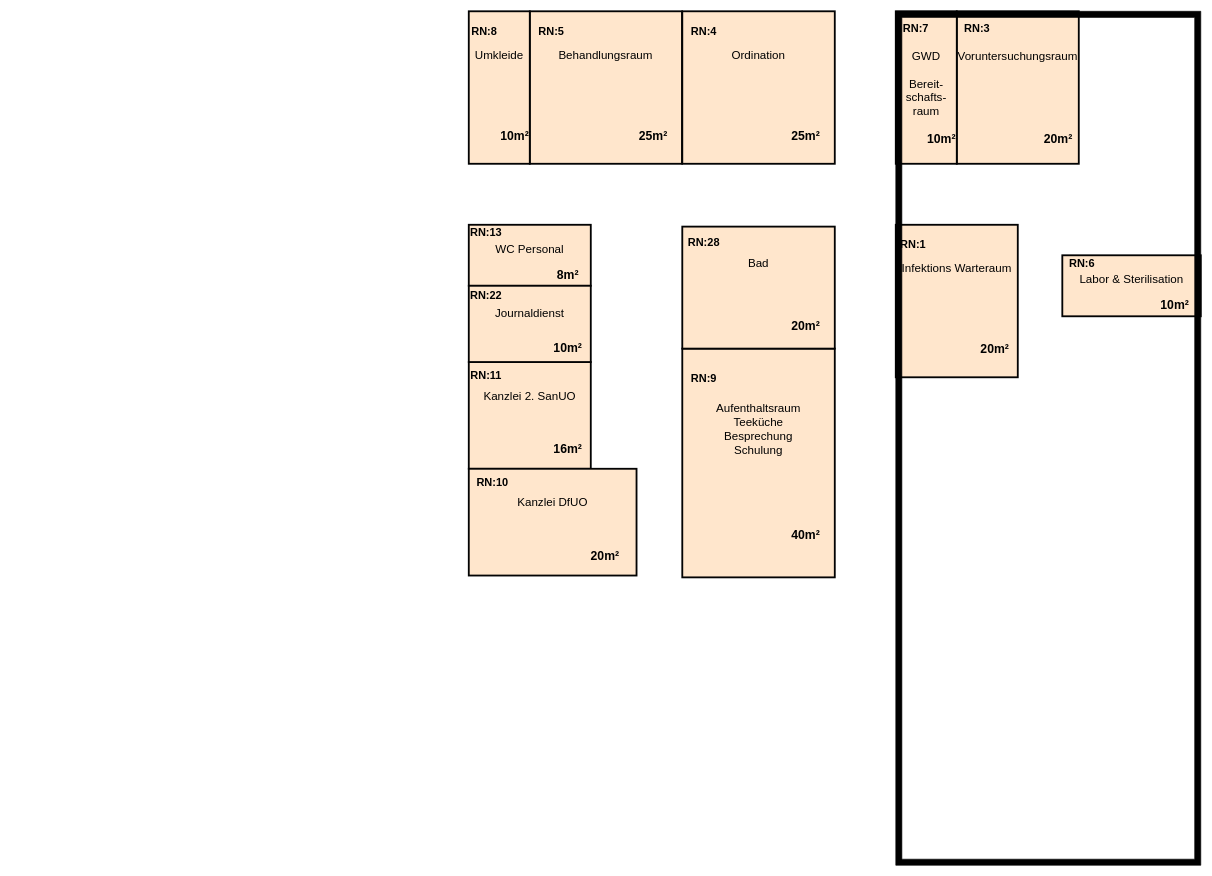
Yeetmoser/asd keeps this draw.io diagram as Unbenanntes Diagramm.drawio. Above is the earlier version. Source tidied: cells renumbered, new cells numbered last; positions are measured from the earlier drawing's top-left corner, leaving out a move shared by most shapes. Both pictures are drawn from the tidied source at 61%, with x=0, y=0 at pixel (468, 11).
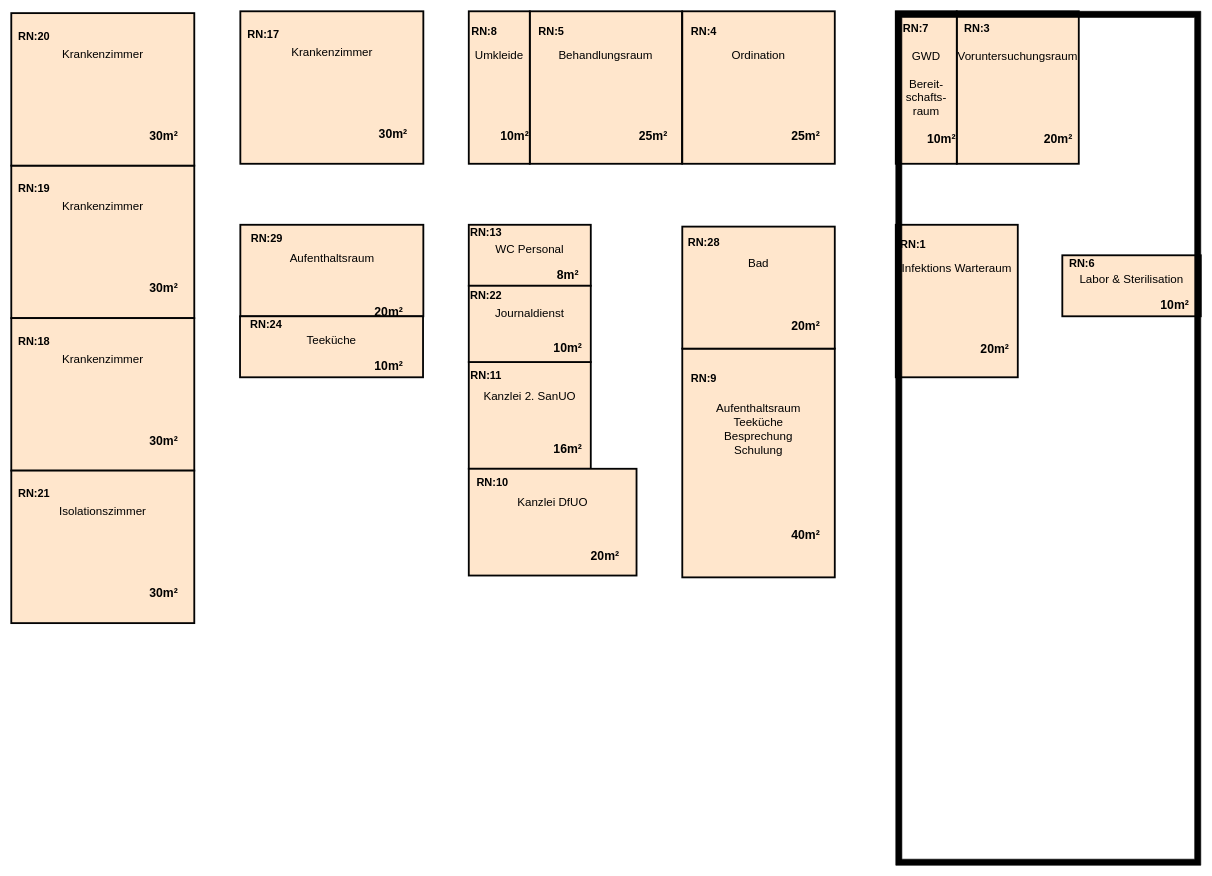
The same diagram, later.

What changed in the source:
```diff
@@
+    <mxCell id="68" style="group;" parent="1" vertex="1">
+      <mxGeometry x="-374.5" width="300" height="250" as="geometry" />
+    </mxCell>
+    <mxCell id="69" style="rounded=0;whiteSpace=wrap;html=1;fillStyle=auto;strokeWidth=3;fillColor=#ffe6cc;strokeColor=#030303;" parent="68" vertex="1">
+      <mxGeometry width="300" height="250" as="geometry" />
+    </mxCell>
+    <mxCell id="70" value="Krankenzimmer" style="text;html=1;strokeColor=none;fillColor=none;align=center;verticalAlign=top;whiteSpace=wrap;rounded=0;fillStyle=auto;strokeWidth=3;fontSize=19;" parent="68" vertex="1">
+      <mxGeometry y="50" width="300" height="150" as="geometry" />
+    </mxCell>
+    <mxCell id="71" value="RN:17" style="text;html=1;strokeColor=none;fillColor=none;align=center;verticalAlign=middle;whiteSpace=wrap;rounded=0;fillStyle=auto;strokeWidth=3;fontSize=18;fontStyle=1;" parent="68" vertex="1">
+      <mxGeometry width="75" height="75" as="geometry" />
+    </mxCell>
+    <mxCell id="72" value="30m²" style="text;html=1;strokeColor=none;fillColor=none;align=center;verticalAlign=middle;whiteSpace=wrap;rounded=0;fillStyle=auto;strokeWidth=3;fontSize=20;fontStyle=1;" parent="68" vertex="1">
+      <mxGeometry x="200" y="150" width="100" height="100" as="geometry" />
+    </mxCell>
+    <mxCell id="73" style="group;" parent="1" vertex="1">
+      <mxGeometry x="-750" y="253" width="300" height="250" as="geometry" />
+    </mxCell>
+    <mxCell id="74" style="rounded=0;whiteSpace=wrap;html=1;fillStyle=auto;strokeWidth=3;fillColor=#ffe6cc;strokeColor=#030303;" parent="73" vertex="1">
+      <mxGeometry width="300" height="250" as="geometry" />
+    </mxCell>
+    <mxCell id="75" value="Krankenzimmer" style="text;html=1;strokeColor=none;fillColor=none;align=center;verticalAlign=top;whiteSpace=wrap;rounded=0;fillStyle=auto;strokeWidth=3;fontSize=19;" parent="73" vertex="1">
+      <mxGeometry y="50" width="300" height="150" as="geometry" />
+    </mxCell>
+    <mxCell id="76" value="RN:19" style="text;html=1;strokeColor=none;fillColor=none;align=center;verticalAlign=middle;whiteSpace=wrap;rounded=0;fillStyle=auto;strokeWidth=3;fontSize=18;fontStyle=1;" parent="73" vertex="1">
+      <mxGeometry width="75" height="75" as="geometry" />
+    </mxCell>
+    <mxCell id="77" value="30m²" style="text;html=1;strokeColor=none;fillColor=none;align=center;verticalAlign=middle;whiteSpace=wrap;rounded=0;fillStyle=auto;strokeWidth=3;fontSize=20;fontStyle=1;" parent="73" vertex="1">
+      <mxGeometry x="200" y="150" width="100" height="100" as="geometry" />
+    </mxCell>
+    <mxCell id="78" style="group;" parent="1" vertex="1">
+      <mxGeometry x="-750" y="3" width="300" height="250" as="geometry" />
+    </mxCell>
+    <mxCell id="79" style="rounded=0;whiteSpace=wrap;html=1;fillStyle=auto;strokeWidth=3;fillColor=#ffe6cc;strokeColor=#030303;" parent="78" vertex="1">
+      <mxGeometry width="300" height="250" as="geometry" />
+    </mxCell>
+    <mxCell id="80" value="Krankenzimmer" style="text;html=1;strokeColor=none;fillColor=none;align=center;verticalAlign=top;whiteSpace=wrap;rounded=0;fillStyle=auto;strokeWidth=3;fontSize=19;" parent="78" vertex="1">
+      <mxGeometry y="50" width="300" height="150" as="geometry" />
+    </mxCell>
+    <mxCell id="81" value="RN:20" style="text;html=1;strokeColor=none;fillColor=none;align=center;verticalAlign=middle;whiteSpace=wrap;rounded=0;fillStyle=auto;strokeWidth=3;fontSize=18;fontStyle=1;" parent="78" vertex="1">
+      <mxGeometry width="75" height="75" as="geometry" />
+    </mxCell>
+    <mxCell id="82" value="30m²" style="text;html=1;strokeColor=none;fillColor=none;align=center;verticalAlign=middle;whiteSpace=wrap;rounded=0;fillStyle=auto;strokeWidth=3;fontSize=20;fontStyle=1;" parent="78" vertex="1">
+      <mxGeometry x="200" y="150" width="100" height="100" as="geometry" />
+    </mxCell>
+    <mxCell id="83" style="group;" parent="1" vertex="1">
+      <mxGeometry x="-325" y="278" width="450.5" height="600" as="geometry" />
+    </mxCell>
+    <mxCell id="84" style="rounded=0;whiteSpace=wrap;html=1;fillStyle=auto;strokeWidth=3;fillColor=#ffe6cc;strokeColor=#030303;" parent="83" vertex="1">
+      <mxGeometry x="-425" y="225" width="300" height="250" as="geometry" />
+    </mxCell>
+    <mxCell id="85" style="group;" parent="83" vertex="1">
+      <mxGeometry x="-49.5" y="72" width="300" height="275" as="geometry" />
+    </mxCell>
+    <mxCell id="86" style="rounded=0;whiteSpace=wrap;html=1;fillStyle=auto;strokeWidth=3;fillColor=#ffe6cc;strokeColor=#030303;" parent="85" vertex="1">
+      <mxGeometry width="300" height="150" as="geometry" />
+    </mxCell>
+    <mxCell id="87" value="Aufenthaltsraum" style="text;html=1;strokeColor=none;fillColor=none;align=center;verticalAlign=top;whiteSpace=wrap;rounded=0;fillStyle=auto;strokeWidth=3;fontSize=19;" parent="85" vertex="1">
+      <mxGeometry y="37.7" width="299.5" height="96.2" as="geometry" />
+    </mxCell>
+    <mxCell id="88" value="RN:29" style="text;html=1;strokeColor=none;fillColor=none;align=center;verticalAlign=middle;whiteSpace=wrap;rounded=0;fillStyle=auto;strokeWidth=3;fontSize=18;fontStyle=1;" parent="85" vertex="1">
+      <mxGeometry width="85.5" height="45.5" as="geometry" />
+    </mxCell>
+    <mxCell id="89" value="20m²" style="text;html=1;strokeColor=none;fillColor=none;align=center;verticalAlign=middle;whiteSpace=wrap;rounded=0;fillStyle=auto;strokeWidth=3;fontSize=20;fontStyle=1;" parent="85" vertex="1">
+      <mxGeometry x="187.5" y="108.5" width="112" height="66.5" as="geometry" />
+    </mxCell>
+    <mxCell id="90" style="group;" parent="85" vertex="1">
+      <mxGeometry x="-0.5" y="150" width="300" height="100" as="geometry" />
+    </mxCell>
+    <mxCell id="91" style="rounded=0;whiteSpace=wrap;html=1;fillStyle=auto;strokeWidth=3;fillColor=#ffe6cc;strokeColor=#030303;" parent="90" vertex="1">
+      <mxGeometry width="300" height="100" as="geometry" />
+    </mxCell>
+    <mxCell id="92" value="Teeküche" style="text;html=1;strokeColor=none;fillColor=none;align=center;verticalAlign=top;whiteSpace=wrap;rounded=0;fillStyle=auto;strokeWidth=3;fontSize=19;" parent="90" vertex="1">
+      <mxGeometry y="21.5" width="299.5" height="55" as="geometry" />
+    </mxCell>
+    <mxCell id="93" value="RN:24" style="text;html=1;strokeColor=none;fillColor=none;align=center;verticalAlign=middle;whiteSpace=wrap;rounded=0;fillStyle=auto;strokeWidth=3;fontSize=18;fontStyle=1;" parent="90" vertex="1">
+      <mxGeometry width="85.5" height="26" as="geometry" />
+    </mxCell>
+    <mxCell id="94" value="10m²" style="text;html=1;strokeColor=none;fillColor=none;align=center;verticalAlign=middle;whiteSpace=wrap;rounded=0;fillStyle=auto;strokeWidth=3;fontSize=20;fontStyle=1;" parent="90" vertex="1">
+      <mxGeometry x="187.5" y="62" width="112" height="38" as="geometry" />
+    </mxCell>
+    <mxCell id="95" style="group;" parent="1" vertex="1">
+      <mxGeometry x="-750" y="753" width="300" height="250" as="geometry" />
+    </mxCell>
+    <mxCell id="96" style="rounded=0;whiteSpace=wrap;html=1;fillStyle=auto;strokeWidth=3;fillColor=#ffe6cc;strokeColor=#030303;" parent="95" vertex="1">
+      <mxGeometry width="300" height="250" as="geometry" />
+    </mxCell>
+    <mxCell id="97" value="Isolationszimmer" style="text;html=1;strokeColor=none;fillColor=none;align=center;verticalAlign=top;whiteSpace=wrap;rounded=0;fillStyle=auto;strokeWidth=3;fontSize=19;" parent="95" vertex="1">
+      <mxGeometry y="50" width="300" height="150" as="geometry" />
+    </mxCell>
+    <mxCell id="98" value="RN:21" style="text;html=1;strokeColor=none;fillColor=none;align=center;verticalAlign=middle;whiteSpace=wrap;rounded=0;fillStyle=auto;strokeWidth=3;fontSize=18;fontStyle=1;" parent="95" vertex="1">
+      <mxGeometry width="75" height="75" as="geometry" />
+    </mxCell>
+    <mxCell id="99" value="30m²" style="text;html=1;strokeColor=none;fillColor=none;align=center;verticalAlign=middle;whiteSpace=wrap;rounded=0;fillStyle=auto;strokeWidth=3;fontSize=20;fontStyle=1;" parent="95" vertex="1">
+      <mxGeometry x="200" y="150" width="100" height="100" as="geometry" />
+    </mxCell>
+    <mxCell id="100" value="Krankenzimmer" style="text;html=1;strokeColor=none;fillColor=none;align=center;verticalAlign=top;whiteSpace=wrap;rounded=0;fillStyle=auto;strokeWidth=3;fontSize=19;" parent="1" vertex="1">
+      <mxGeometry x="-750" y="553" width="300" height="150" as="geometry" />
+    </mxCell>
+    <mxCell id="101" value="RN:18" style="text;html=1;strokeColor=none;fillColor=none;align=center;verticalAlign=middle;whiteSpace=wrap;rounded=0;fillStyle=auto;strokeWidth=3;fontSize=18;fontStyle=1;" parent="1" vertex="1">
+      <mxGeometry x="-750" y="503" width="75" height="75" as="geometry" />
+    </mxCell>
+    <mxCell id="102" value="30m²" style="text;html=1;strokeColor=none;fillColor=none;align=center;verticalAlign=middle;whiteSpace=wrap;rounded=0;fillStyle=auto;strokeWidth=3;fontSize=20;fontStyle=1;" parent="1" vertex="1">
+      <mxGeometry x="-550" y="653" width="100" height="100" as="geometry" />
+    </mxCell>
```
